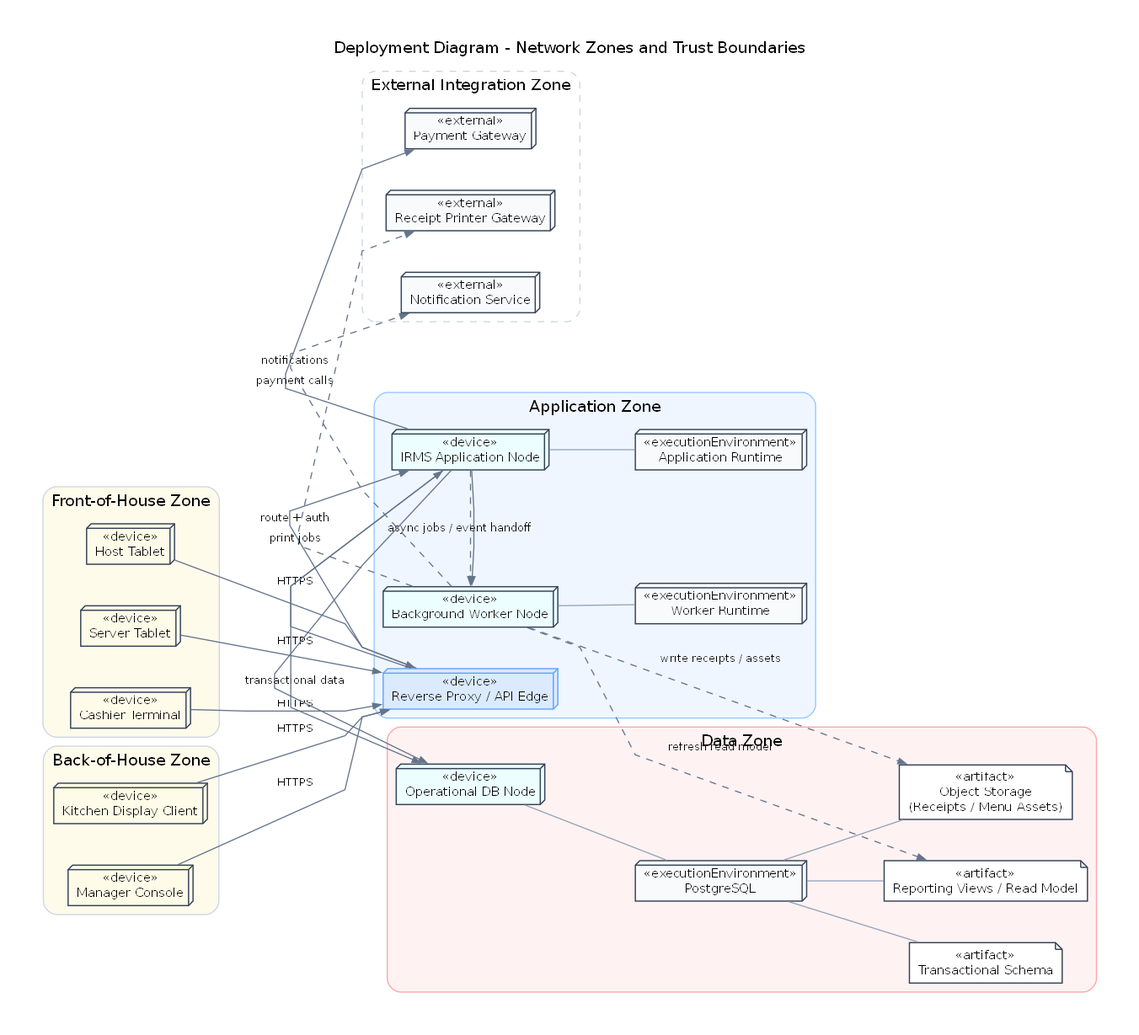
Before: assets/diagrams/rendered/architecture/16_deployment_diagram_network_zones_and_trust_boundaries.png, a diagram exported from Graphviz (lehoangluan1/SA_IRMS). Its source is kept beside it as assets/diagrams/source/architecture/16_deployment_diagram_network_zones_and_trust_boundaries.dot.
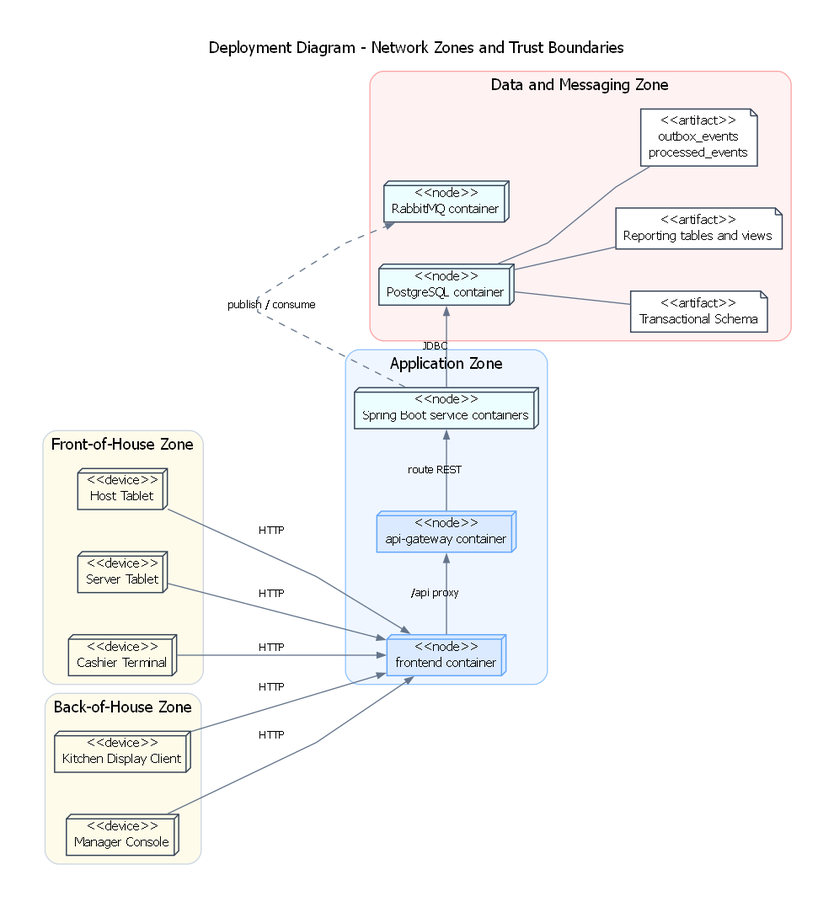
The same file after the commit.

Change to the diagram source:
```diff
@@ -13,45 +13,17 @@
     label="Deployment Diagram - Network Zones and Trust Boundaries"
   ];
 
-  node [
-    fontname="DejaVu Sans",
-    fontsize=11,
-    color="#334155",
-    penwidth=1.1,
-    style="filled"
-  ];
-
-  edge [
-    fontname="DejaVu Sans",
-    fontsize=9.8,
-    color="#64748B",
-    penwidth=1.0,
-    arrowsize=0.72
-  ];
+  node [fontname="DejaVu Sans", fontsize=11, color="#334155", penwidth=1.1, style="filled"];
+  edge [fontname="DejaVu Sans", fontsize=9.8, color="#64748B", penwidth=1.0, arrowsize=0.72];
 
   subgraph cluster_foh {
     label="Front-of-House Zone";
     color="#CBD5E1";
     style="rounded,filled";
     fillcolor="#FFFBEB";
-
-    host [
-      shape=box3d,
-      fillcolor="#FEFCE8",
-      label="«device»\nHost Tablet"
-    ];
-
-    server [
-      shape=box3d,
-      fillcolor="#FEFCE8",
-      label="«device»\nServer Tablet"
-    ];
-
-    cashier [
-      shape=box3d,
-      fillcolor="#FEFCE8",
-      label="«device»\nCashier Terminal"
-    ];
+    host [shape=box3d, fillcolor="#FEFCE8", label="<<device>>\nHost Tablet"];
+    server [shape=box3d, fillcolor="#FEFCE8", label="<<device>>\nServer Tablet"];
+    cashier [shape=box3d, fillcolor="#FEFCE8", label="<<device>>\nCashier Terminal"];
   }
 
   subgraph cluster_boh {
@@ -59,18 +31,8 @@
     color="#CBD5E1";
     style="rounded,filled";
     fillcolor="#FFFBEB";
-
-    kds [
-      shape=box3d,
-      fillcolor="#FEFCE8",
-      label="«device»\nKitchen Display Client"
-    ];
-
-    manager [
-      shape=box3d,
-      fillcolor="#FEFCE8",
-      label="«device»\nManager Console"
-    ];
+    kds [shape=box3d, fillcolor="#FEFCE8", label="<<device>>\nKitchen Display Client"];
+    manager [shape=box3d, fillcolor="#FEFCE8", label="<<device>>\nManager Console"];
   }
 
   subgraph cluster_app {
@@ -78,128 +40,38 @@
     color="#93C5FD";
     style="rounded,filled";
     fillcolor="#EFF6FF";
-
-    proxy [
-      shape=box3d,
-      fillcolor="#DBEAFE",
-      color="#60A5FA",
-      label="«device»\nReverse Proxy / API Edge"
-    ];
-
-    backend [
-      shape=box3d,
-      fillcolor="#ECFEFF",
-      label="«device»\nIRMS Application Node"
-    ];
-
-    runtime [
-      shape=box3d,
-      fillcolor="#F8FAFC",
-      label="«executionEnvironment»\nApplication Runtime"
-    ];
-
-    worker [
-      shape=box3d,
-      fillcolor="#ECFEFF",
-      label="«device»\nBackground Worker Node"
-    ];
-
-    workrt [
-      shape=box3d,
-      fillcolor="#F8FAFC",
-      label="«executionEnvironment»\nWorker Runtime"
-    ];
-
-    proxy   -> backend [label="route + auth"];
-    backend -> runtime [arrowhead=none, color="#94A3B8"];
-    worker  -> workrt  [arrowhead=none, color="#94A3B8"];
+    frontend [shape=box3d, fillcolor="#DBEAFE", color="#60A5FA", label="<<node>>\nfrontend container"];
+    gateway [shape=box3d, fillcolor="#DBEAFE", color="#60A5FA", label="<<node>>\napi-gateway container"];
+    services [shape=box3d, fillcolor="#ECFEFF", label="<<node>>\nSpring Boot service containers"];
+    frontend -> gateway [label="/api proxy"];
+    gateway -> services [label="route REST"];
   }
 
   subgraph cluster_data {
-    label="Data Zone";
+    label="Data and Messaging Zone";
     color="#FCA5A5";
     style="rounded,filled";
     fillcolor="#FEF2F2";
-
-    db [
-      shape=box3d,
-      fillcolor="#ECFEFF",
-      label="«device»\nOperational DB Node"
-    ];
-
-    dbms [
-      shape=box3d,
-      fillcolor="#F8FAFC",
-      label="«executionEnvironment»\nPostgreSQL"
-    ];
-
-    txschema [
-      shape=note,
-      fillcolor="#FFFFFF",
-      label="«artifact»\nTransactional Schema"
-    ];
-
-    readm [
-      shape=note,
-      fillcolor="#FFFFFF",
-      label="«artifact»\nReporting Views / Read Model"
-    ];
-
-    objstore [
-      shape=note,
-      fillcolor="#FFFFFF",
-      label="«artifact»\nObject Storage\n(Receipts / Menu Assets)"
-    ];
-
-    db   -> dbms     [arrowhead=none, color="#94A3B8"];
-    dbms -> txschema [arrowhead=none, color="#94A3B8"];
-    dbms -> readm    [arrowhead=none, color="#94A3B8"];
-    dbms -> objstore [arrowhead=none, color="#94A3B8"];
-  }
-
-  subgraph cluster_external {
-    label="External Integration Zone";
-    color="#CBD5E1";
-    style="rounded,dashed";
-
-    payment [
-      shape=box3d,
-      fillcolor="#F8FAFC",
-      label="«external»\nPayment Gateway"
-    ];
-
-    notify [
-      shape=box3d,
-      fillcolor="#F8FAFC",
-      label="«external»\nNotification Service"
-    ];
-
-    printer [
-      shape=box3d,
-      fillcolor="#F8FAFC",
-      label="«external»\nReceipt Printer Gateway"
-    ];
+    postgres [shape=box3d, fillcolor="#ECFEFF", label="<<node>>\nPostgreSQL container"];
+    rabbitmq [shape=box3d, fillcolor="#ECFEFF", label="<<node>>\nRabbitMQ container"];
+    txschema [shape=note, fillcolor="#FFFFFF", label="<<artifact>>\nTransactional Schema"];
+    readm [shape=note, fillcolor="#FFFFFF", label="<<artifact>>\nReporting tables and views"];
+    outbox [shape=note, fillcolor="#FFFFFF", label="<<artifact>>\noutbox_events\nprocessed_events"];
+    postgres -> txschema [arrowhead=none];
+    postgres -> readm [arrowhead=none];
+    postgres -> outbox [arrowhead=none];
   }
 
   { rank=same; host; server; cashier; }
   { rank=same; kds; manager; }
-  { rank=same; proxy; backend; worker; db; payment; notify; printer; }
+  { rank=same; frontend; gateway; services; postgres; rabbitmq; }
 
-  host    -> proxy [label="HTTPS"];
-  server  -> proxy [label="HTTPS"];
-  cashier -> proxy [label="HTTPS"];
-  kds     -> proxy [label="HTTPS"];
-  manager -> proxy [label="HTTPS"];
+  host -> frontend [label="HTTP"];
+  server -> frontend [label="HTTP"];
+  cashier -> frontend [label="HTTP"];
+  kds -> frontend [label="HTTP"];
+  manager -> frontend [label="HTTP"];
 
-  backend -> db      [label="transactional data"];
-  backend -> worker  [style=dashed, label="async jobs / event handoff"];
-  worker  -> readm   [style=dashed, label="refresh read model"];
-  worker  -> objstore[style=dashed, label="write receipts / assets"];
-  backend -> payment [label="payment calls"];
-  worker  -> notify  [style=dashed, label="notifications"];
-  worker  -> printer [style=dashed, label="print jobs"];
-
-  proxy   -> backend [weight=8];
-  backend -> db      [weight=8];
-  backend -> worker  [weight=6];
+  services -> postgres [label="JDBC"];
+  services -> rabbitmq [style=dashed, label="publish / consume"];
 }
```
